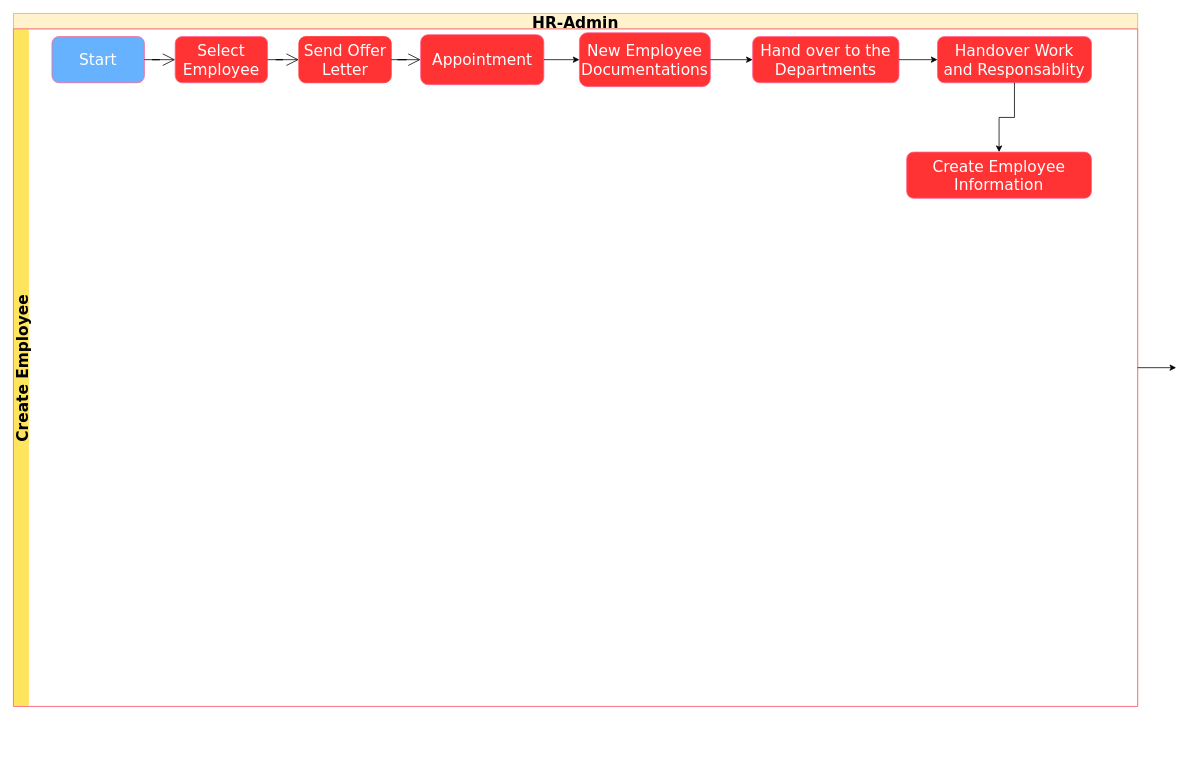
The draw.io diagram page "Page-2" (2 of 2) of HR Recruitment.drawio in santo1989/Diagram, before the edit. Source tidied: cells renumbered, new cells numbered last; positions are measured from the earlier drawing's top-left corner, leaving out a move shared by most shapes. Both pictures are drawn from the tidied source at 77%, with x=0, y=0 at pixel (13, 13).
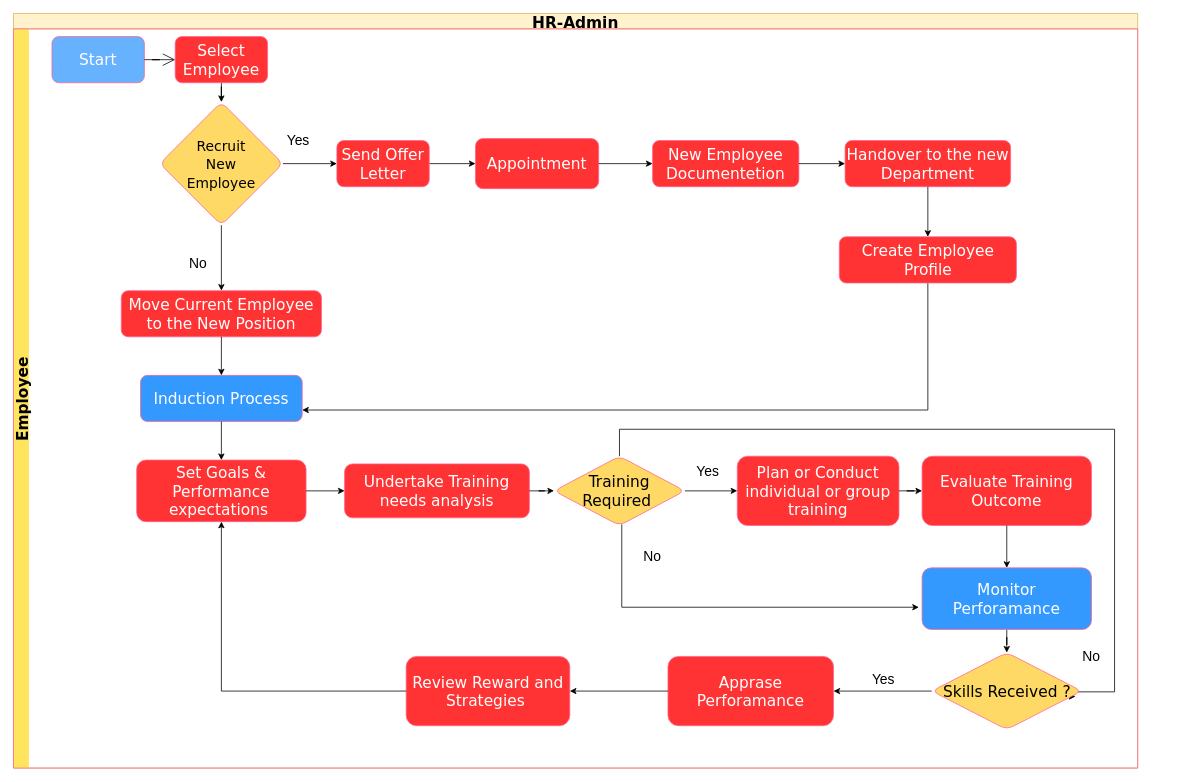
Above is the later version.

Unchanged cells that the change refers to:
```xml
<mxCell id="6" value="Select Employee" style="whiteSpace=wrap;html=1;fontSize=20;fontFamily=Verdana;fillColor=#FF3333;strokeColor=#FF6392;fontColor=#FFFFFF;rounded=1;hachureGap=4;" parent="3" vertex="1">
  <mxGeometry x="210" y="10" width="120" height="60" as="geometry" />
</mxCell>
```

Change to the diagram source:
```diff
@@
     <mxCell id="2" value="HR-Admin" style="swimlane;horizontal=1;startSize=20;hachureGap=4;fontFamily=Verdana;fontSize=20;strokeColor=#d6b656;fillColor=#fff2cc;" parent="1" vertex="1">
-      <mxGeometry width="1460" height="900" as="geometry" />
+      <mxGeometry width="1460" height="980" as="geometry" />
     </mxCell>
-    <mxCell id="3" value="Create Employee" style="swimlane;startSize=20;horizontal=0;hachureGap=4;fontFamily=Verdana;fontSize=20;fontColor=#000000;strokeColor=#FF6392;fillColor=#FFE45E;swimlaneLine=0;" parent="2" vertex="1">
-      <mxGeometry y="20" width="1460" height="880" as="geometry" />
+    <mxCell id="3" value="Employee" style="swimlane;startSize=20;horizontal=0;hachureGap=4;fontFamily=Verdana;fontSize=20;fontColor=#000000;strokeColor=#FF6392;fillColor=#FFE45E;swimlaneLine=0;" parent="2" vertex="1">
+      <mxGeometry y="20" width="1460" height="960" as="geometry" />
     </mxCell>
@@
-    <mxCell id="5" value="Send Offer Letter" style="whiteSpace=wrap;html=1;fontSize=20;fontFamily=Verdana;fillColor=#FF3333;strokeColor=#FF3333;fontColor=#FFFFFF;rounded=1;hachureGap=4;" parent="3" vertex="1">
-      <mxGeometry x="370.6" y="10" width="120" height="60" as="geometry" />
-    </mxCell>
+    <mxCell id="20" style="edgeStyle=orthogonalEdgeStyle;rounded=0;jettySize=auto;html=1;exitX=0.5;exitY=1;exitDx=0;exitDy=0;" parent="3" edge="1" source="6" target="21">
+      <mxGeometry relative="1" as="geometry" />
+    </mxCell>
@@
-    <mxCell id="8" style="edgeStyle=orthogonalEdgeStyle;rounded=0;jettySize=auto;html=1;fontSize=12;endArrow=open;startSize=14;endSize=14;" parent="3" edge="1" source="6" target="5">
-      <mxGeometry relative="1" as="geometry" />
-    </mxCell>
     <mxCell id="9" value="Appointment" style="whiteSpace=wrap;html=1;fontSize=20;fontFamily=Verdana;fillColor=#FF3333;strokeColor=#FF6392;fontColor=#FFFFFF;rounded=1;hachureGap=4;" parent="3" vertex="1">
-      <mxGeometry x="528.8" y="7.5" width="160" height="65" as="geometry" />
+      <mxGeometry x="600" y="142.5" width="160" height="65" as="geometry" />
     </mxCell>
+    <mxCell id="21" value="&lt;font style=&quot;font-size: 18px;&quot;&gt;Recruit &lt;br&gt;New &lt;br&gt;Employee&lt;/font&gt;" style="rhombus;whiteSpace=wrap;html=1;fontSize=20;fontFamily=Verdana;fillColor=#FFD966;strokeColor=#FF6392;fontColor=#000000;rounded=1;hachureGap=4;" parent="3" vertex="1">
+      <mxGeometry x="190" y="95" width="160" height="160" as="geometry" />
+    </mxCell>
-    <mxCell id="10" style="edgeStyle=orthogonalEdgeStyle;rounded=0;jettySize=auto;html=1;fontSize=12;endArrow=open;startSize=14;endSize=14;" parent="3" edge="1" source="5" target="9">
+    <mxCell id="10" style="edgeStyle=orthogonalEdgeStyle;rounded=0;jettySize=auto;html=1;fontSize=18;" parent="3" edge="1" source="5" target="9">
       <mxGeometry relative="1" as="geometry" />
     </mxCell>
-    <mxCell id="11" value="New Employee Documentations" style="whiteSpace=wrap;html=1;fontSize=20;fontFamily=Verdana;fillColor=#FF3333;strokeColor=#FF6392;fontColor=#FFFFFF;rounded=1;hachureGap=4;" parent="3" vertex="1">
-      <mxGeometry x="735" y="5" width="170" height="70" as="geometry" />
-    </mxCell>
-    <mxCell id="12" style="edgeStyle=orthogonalEdgeStyle;rounded=0;jettySize=auto;html=1;" parent="3" edge="1" source="9" target="11">
-      <mxGeometry relative="1" as="geometry" />
-    </mxCell>
-    <mxCell id="13" value="Hand over to the Departments" style="whiteSpace=wrap;html=1;fontSize=20;fontFamily=Verdana;fillColor=#FF3333;strokeColor=#FF6392;fontColor=#FFFFFF;rounded=1;hachureGap=4;" parent="3" vertex="1">
-      <mxGeometry x="960" y="10" width="190" height="60" as="geometry" />
-    </mxCell>
-    <mxCell id="14" style="edgeStyle=orthogonalEdgeStyle;rounded=0;jettySize=auto;html=1;" parent="3" edge="1" source="11" target="13">
-      <mxGeometry relative="1" as="geometry" />
-    </mxCell>
-    <mxCell id="15" value="Handover Work and Responsablity" style="whiteSpace=wrap;html=1;fontSize=20;fontFamily=Verdana;fillColor=#FF3333;strokeColor=#FF6392;fontColor=#FFFFFF;rounded=1;hachureGap=4;" parent="3" vertex="1">
-      <mxGeometry x="1200" y="10" width="200" height="60" as="geometry" />
-    </mxCell>
-    <mxCell id="16" style="edgeStyle=orthogonalEdgeStyle;rounded=0;jettySize=auto;html=1;" parent="3" edge="1" source="13" target="15">
-      <mxGeometry relative="1" as="geometry" />
-    </mxCell>
-    <mxCell id="17" value="Create Employee Information" style="whiteSpace=wrap;html=1;fontSize=20;fontFamily=Verdana;fillColor=#FF3333;strokeColor=#FF6392;fontColor=#FFFFFF;rounded=1;hachureGap=4;" parent="3" vertex="1">
-      <mxGeometry x="1160" y="160" width="240" height="60" as="geometry" />
-    </mxCell>
-    <mxCell id="18" style="edgeStyle=orthogonalEdgeStyle;rounded=0;jettySize=auto;html=1;" parent="3" edge="1" source="15" target="17">
-      <mxGeometry relative="1" as="geometry" />
-    </mxCell>
-    <mxCell id="19" style="edgeStyle=orthogonalEdgeStyle;rounded=0;jettySize=auto;html=1;" parent="1" edge="1" source="3">
-      <mxGeometry relative="1" as="geometry">
-        <mxPoint x="1510" y="460" as="targetPoint" />
-      </mxGeometry>
-    </mxCell>
+    <mxCell id="5" value="Send Offer Letter" style="whiteSpace=wrap;html=1;fontSize=20;fontFamily=Verdana;fillColor=#FF3333;strokeColor=#FF6392;fontColor=#FFFFFF;rounded=1;hachureGap=4;" parent="3" vertex="1">
+      <mxGeometry x="420" y="145" width="120" height="60" as="geometry" />
+    </mxCell>
+    <mxCell id="22" style="edgeStyle=orthogonalEdgeStyle;rounded=0;jettySize=auto;html=1;fontSize=18;" parent="3" edge="1" source="21" target="5">
+      <mxGeometry relative="1" as="geometry" />
+    </mxCell>
+    <mxCell id="23" value="Yes" style="text;html=1;strokeColor=none;fillColor=none;align=center;verticalAlign=middle;whiteSpace=wrap;rounded=0;fontSize=18;" parent="3" vertex="1">
+      <mxGeometry x="340" y="130" width="60" height="30" as="geometry" />
+    </mxCell>
+    <mxCell id="24" value="No" style="text;html=1;strokeColor=none;fillColor=none;align=center;verticalAlign=middle;whiteSpace=wrap;rounded=0;fontSize=18;" parent="3" vertex="1">
+      <mxGeometry x="210" y="290" width="60" height="30" as="geometry" />
+    </mxCell>
+    <mxCell id="25" value="Move Current Employee to the New Position" style="whiteSpace=wrap;html=1;fontSize=20;fontFamily=Verdana;fillColor=#FF3333;strokeColor=#FF6392;fontColor=#FFFFFF;rounded=1;hachureGap=4;" parent="3" vertex="1">
+      <mxGeometry x="140" y="340" width="260" height="60" as="geometry" />
+    </mxCell>
+    <mxCell id="26" style="edgeStyle=orthogonalEdgeStyle;rounded=0;jettySize=auto;html=1;fontSize=18;" parent="3" edge="1" source="21" target="25">
+      <mxGeometry relative="1" as="geometry" />
+    </mxCell>
+    <mxCell id="27" value="&lt;div&gt;New Employee&lt;/div&gt;&lt;div&gt;Documentetion&lt;/div&gt;" style="whiteSpace=wrap;html=1;fontSize=20;fontFamily=Verdana;fillColor=#FF3333;strokeColor=#FF6392;fontColor=#FFFFFF;rounded=1;hachureGap=4;" parent="3" vertex="1">
+      <mxGeometry x="830" y="145" width="190" height="60" as="geometry" />
+    </mxCell>
+    <mxCell id="28" style="edgeStyle=orthogonalEdgeStyle;rounded=0;jettySize=auto;html=1;fontSize=18;" parent="3" edge="1" source="9" target="27">
+      <mxGeometry relative="1" as="geometry" />
+    </mxCell>
+    <mxCell id="29" value="Induction Process" style="whiteSpace=wrap;html=1;fontSize=20;fontFamily=Verdana;fillColor=#3399FF;strokeColor=#FF6392;fontColor=#FFFFFF;rounded=1;hachureGap=4;" parent="3" vertex="1">
+      <mxGeometry x="165" y="450" width="210" height="60" as="geometry" />
+    </mxCell>
+    <mxCell id="30" style="edgeStyle=orthogonalEdgeStyle;rounded=0;jettySize=auto;html=1;fontSize=18;" parent="3" edge="1" source="25" target="29">
+      <mxGeometry relative="1" as="geometry" />
+    </mxCell>
+    <mxCell id="31" value="Set Goals &amp;amp; Performance expectations&amp;nbsp;" style="whiteSpace=wrap;html=1;fontSize=20;fontFamily=Verdana;fillColor=#FF3333;strokeColor=#FF6392;fontColor=#FFFFFF;rounded=1;hachureGap=4;" parent="3" vertex="1">
+      <mxGeometry x="160" y="560" width="220" height="80" as="geometry" />
+    </mxCell>
+    <mxCell id="32" style="edgeStyle=orthogonalEdgeStyle;rounded=0;jettySize=auto;html=1;fontSize=18;" parent="3" edge="1" source="29" target="31">
+      <mxGeometry relative="1" as="geometry" />
+    </mxCell>
+    <mxCell id="33" value="Handover to the new Department" style="whiteSpace=wrap;html=1;fontSize=20;fontFamily=Verdana;fillColor=#FF3333;strokeColor=#FF6392;fontColor=#FFFFFF;rounded=1;hachureGap=4;" parent="3" vertex="1">
+      <mxGeometry x="1080" y="145" width="215" height="60" as="geometry" />
+    </mxCell>
+    <mxCell id="34" style="edgeStyle=orthogonalEdgeStyle;rounded=0;jettySize=auto;html=1;fontSize=18;" parent="3" edge="1" source="27" target="33">
+      <mxGeometry relative="1" as="geometry" />
+    </mxCell>
+    <mxCell id="35" style="edgeStyle=orthogonalEdgeStyle;rounded=0;jettySize=auto;html=1;entryX=1;entryY=0.75;entryDx=0;entryDy=0;fontSize=18;" parent="3" edge="1" source="36" target="29">
+      <mxGeometry relative="1" as="geometry">
+        <Array as="points">
+          <mxPoint x="1188" y="495" />
+        </Array>
+      </mxGeometry>
+    </mxCell>
+    <mxCell id="36" value="Create Employee Profile" style="whiteSpace=wrap;html=1;fontSize=20;fontFamily=Verdana;fillColor=#FF3333;strokeColor=#FF6392;fontColor=#FFFFFF;rounded=1;hachureGap=4;" parent="3" vertex="1">
+      <mxGeometry x="1072.5" y="270" width="230" height="60" as="geometry" />
+    </mxCell>
+    <mxCell id="37" style="edgeStyle=orthogonalEdgeStyle;rounded=0;jettySize=auto;html=1;fontSize=18;" parent="3" edge="1" source="33" target="36">
+      <mxGeometry relative="1" as="geometry" />
+    </mxCell>
+    <mxCell id="38" value="Undertake Training needs analysis" style="whiteSpace=wrap;html=1;fontSize=20;fontFamily=Verdana;fillColor=#FF3333;strokeColor=#FF6392;fontColor=#FFFFFF;rounded=1;hachureGap=4;" parent="3" vertex="1">
+      <mxGeometry x="430" y="565" width="240" height="70" as="geometry" />
+    </mxCell>
+    <mxCell id="39" style="edgeStyle=orthogonalEdgeStyle;rounded=0;jettySize=auto;html=1;fontSize=18;" parent="3" edge="1" source="31" target="38">
+      <mxGeometry relative="1" as="geometry" />
+    </mxCell>
+    <mxCell id="40" style="edgeStyle=orthogonalEdgeStyle;rounded=0;jettySize=auto;html=1;entryX=-0.019;entryY=0.639;entryDx=0;entryDy=0;entryPerimeter=0;fontSize=18;" parent="3" edge="1" source="42" target="50">
+      <mxGeometry relative="1" as="geometry">
+        <Array as="points">
+          <mxPoint x="790" y="751" />
+        </Array>
+      </mxGeometry>
+    </mxCell>
+    <mxCell id="41" style="edgeStyle=orthogonalEdgeStyle;rounded=0;jettySize=auto;html=1;entryX=0.958;entryY=0.57;entryDx=0;entryDy=0;entryPerimeter=0;fontSize=18;" parent="3" edge="1" source="42" target="53">
+      <mxGeometry relative="1" as="geometry">
+        <Array as="points">
+          <mxPoint x="787" y="520" />
+          <mxPoint x="1430" y="520" />
+          <mxPoint x="1430" y="861" />
+          <mxPoint x="1317" y="861" />
+        </Array>
+      </mxGeometry>
+    </mxCell>
+    <mxCell id="42" value="Training Required&amp;nbsp;" style="rhombus;whiteSpace=wrap;html=1;fontSize=20;fontFamily=Verdana;fillColor=#FFD966;strokeColor=#FF6392;fontColor=#000000;rounded=1;hachureGap=4;" parent="3" vertex="1">
+      <mxGeometry x="702" y="555" width="170" height="90" as="geometry" />
+    </mxCell>
+    <mxCell id="43" style="edgeStyle=orthogonalEdgeStyle;rounded=0;jettySize=auto;html=1;fontSize=18;" parent="3" edge="1" source="38" target="42">
+      <mxGeometry relative="1" as="geometry" />
+    </mxCell>
+    <mxCell id="44" value="Plan or Conduct individual or group training" style="whiteSpace=wrap;html=1;fontSize=20;fontFamily=Verdana;fillColor=#FF3333;strokeColor=#FF6392;fontColor=#FFFFFF;rounded=1;hachureGap=4;" parent="3" vertex="1">
+      <mxGeometry x="940" y="555" width="210" height="90" as="geometry" />
+    </mxCell>
+    <mxCell id="45" style="edgeStyle=orthogonalEdgeStyle;rounded=0;jettySize=auto;html=1;fontSize=18;" parent="3" edge="1" source="42" target="44">
+      <mxGeometry relative="1" as="geometry" />
+    </mxCell>
+    <mxCell id="46" value="Yes" style="text;html=1;strokeColor=none;fillColor=none;align=center;verticalAlign=middle;whiteSpace=wrap;rounded=0;fontSize=18;" parent="3" vertex="1">
+      <mxGeometry x="872" y="560" width="60" height="30" as="geometry" />
+    </mxCell>
+    <mxCell id="47" value="Evaluate Training Outcome" style="whiteSpace=wrap;html=1;fontSize=20;fontFamily=Verdana;fillColor=#FF3333;strokeColor=#FF6392;fontColor=#FFFFFF;rounded=1;hachureGap=4;" parent="3" vertex="1">
+      <mxGeometry x="1180" y="555" width="220" height="90" as="geometry" />
+    </mxCell>
+    <mxCell id="48" style="edgeStyle=orthogonalEdgeStyle;rounded=0;jettySize=auto;html=1;fontSize=18;" parent="3" edge="1" source="44" target="47">
+      <mxGeometry relative="1" as="geometry" />
+    </mxCell>
+    <mxCell id="49" style="edgeStyle=orthogonalEdgeStyle;rounded=0;jettySize=auto;html=1;fontSize=18;" parent="3" edge="1" source="50" target="53">
+      <mxGeometry relative="1" as="geometry" />
+    </mxCell>
+    <mxCell id="50" value="Monitor Perforamance" style="whiteSpace=wrap;html=1;fontSize=20;fontFamily=Verdana;fillColor=#3399FF;strokeColor=#FF6392;fontColor=#FFFFFF;rounded=1;hachureGap=4;" parent="3" vertex="1">
+      <mxGeometry x="1180" y="700" width="220" height="80" as="geometry" />
+    </mxCell>
+    <mxCell id="51" style="edgeStyle=orthogonalEdgeStyle;rounded=0;jettySize=auto;html=1;fontSize=18;" parent="3" edge="1" source="47" target="50">
+      <mxGeometry relative="1" as="geometry" />
+    </mxCell>
+    <mxCell id="52" value="No" style="text;html=1;strokeColor=none;fillColor=none;align=center;verticalAlign=middle;whiteSpace=wrap;rounded=0;fontSize=18;" parent="3" vertex="1">
+      <mxGeometry x="800" y="670" width="60" height="30" as="geometry" />
+    </mxCell>
+    <mxCell id="53" value="Skills Received ?" style="rhombus;whiteSpace=wrap;html=1;fontSize=20;fontFamily=Verdana;fillColor=#FFD966;strokeColor=#FF6392;fontColor=#000000;rounded=1;hachureGap=4;" parent="3" vertex="1">
+      <mxGeometry x="1192.5" y="810" width="195" height="100" as="geometry" />
+    </mxCell>
+    <mxCell id="54" value="No" style="text;html=1;strokeColor=none;fillColor=none;align=center;verticalAlign=middle;whiteSpace=wrap;rounded=0;fontSize=18;" parent="3" vertex="1">
+      <mxGeometry x="1370" y="800" width="60" height="30" as="geometry" />
+    </mxCell>
+    <mxCell id="55" value="Yes" style="text;html=1;strokeColor=none;fillColor=none;align=center;verticalAlign=middle;whiteSpace=wrap;rounded=0;fontSize=18;" parent="3" vertex="1">
+      <mxGeometry x="1100" y="830" width="60" height="30" as="geometry" />
+    </mxCell>
+    <mxCell id="56" value="Apprase Perforamance" style="whiteSpace=wrap;html=1;fontSize=20;fontFamily=Verdana;fillColor=#FF3333;strokeColor=#FF6392;fontColor=#FFFFFF;rounded=1;hachureGap=4;" parent="3" vertex="1">
+      <mxGeometry x="850" y="815" width="215" height="90" as="geometry" />
+    </mxCell>
+    <mxCell id="57" style="edgeStyle=orthogonalEdgeStyle;rounded=0;jettySize=auto;html=1;fontSize=18;" parent="3" edge="1" source="53" target="56">
+      <mxGeometry relative="1" as="geometry" />
+    </mxCell>
+    <mxCell id="58" value="Review Reward and Strategies&amp;nbsp;" style="whiteSpace=wrap;html=1;fontSize=20;fontFamily=Verdana;fillColor=#FF3333;strokeColor=#FF6392;fontColor=#FFFFFF;rounded=1;hachureGap=4;" parent="3" vertex="1">
+      <mxGeometry x="510" y="815" width="212.5" height="90" as="geometry" />
+    </mxCell>
+    <mxCell id="59" style="edgeStyle=orthogonalEdgeStyle;rounded=0;jettySize=auto;html=1;fontSize=18;" parent="3" edge="1" source="56" target="58">
+      <mxGeometry relative="1" as="geometry" />
+    </mxCell>
+    <mxCell id="60" style="edgeStyle=orthogonalEdgeStyle;rounded=0;jettySize=auto;html=1;entryX=0.5;entryY=1;entryDx=0;entryDy=0;fontSize=18;" parent="3" edge="1" source="58" target="31">
+      <mxGeometry relative="1" as="geometry" />
+    </mxCell>
```
